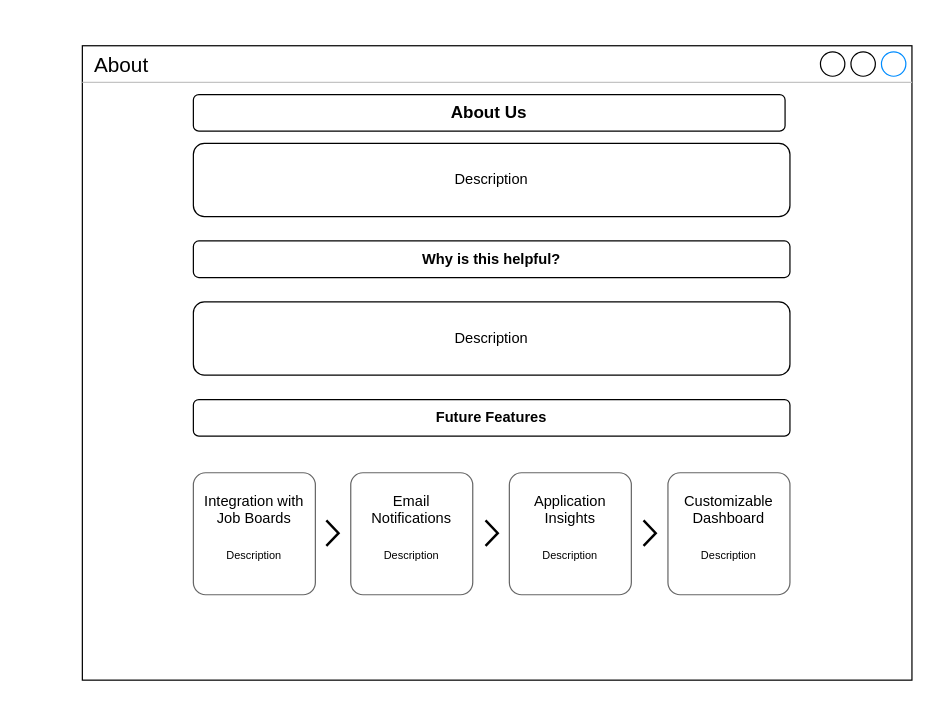
Above: page "About" (1 of 6) of Project_Homework/CFG JobFlow Diagram.drawio in irina-sheveliova/CFG-Job-tracker (draw.io), before the change. Source tidied: cells renumbered, new cells numbered last; positions are measured from the earlier drawing's top-left corner, leaving out a move shared by most shapes. Both pictures are drawn from the tidied source at 122%, with x=0, y=0 at pixel (82, 45).
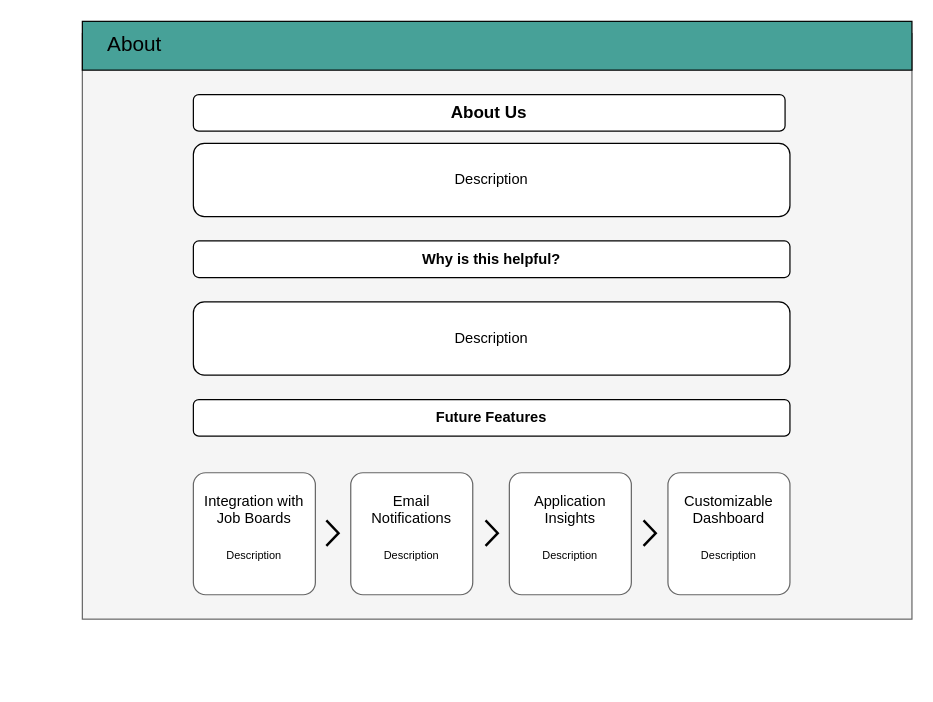
The same page after the edit.

The edit, as a diff of the source:
```diff
@@
 <mxGraphModel>
   <root>
     <mxCell id="0" />
     <mxCell id="1" parent="0" />
-    <mxCell id="2" value="About" style="strokeWidth=1;shadow=0;dashed=0;align=center;html=1;shape=mxgraph.mockup.containers.window;align=left;verticalAlign=top;spacingLeft=8;strokeColor2=#008cff;strokeColor3=#c4c4c4;mainText=;fontSize=17;labelBackgroundColor=none;whiteSpace=wrap;" parent="1" vertex="1">
-      <mxGeometry width="680" height="520" as="geometry" />
-    </mxCell>
+    <mxCell id="15" style="rounded=0;whiteSpace=wrap;html=1;fillColor=#f5f5f5;fontColor=#333333;strokeColor=#666666;" parent="1" vertex="1">
+      <mxGeometry y="-10" width="680" height="480" as="geometry" />
+    </mxCell>
     <mxCell id="3" value="&lt;b&gt;&lt;font style=&quot;font-size: 14px;&quot;&gt;About Us&lt;/font&gt;&lt;/b&gt;" style="rounded=1;whiteSpace=wrap;html=1;" parent="1" vertex="1">
       <mxGeometry x="91" y="40" width="485" height="30" as="geometry" />
     </mxCell>
     <mxCell id="4" value="&lt;b&gt;Why is this helpful?&lt;/b&gt;" style="rounded=1;whiteSpace=wrap;html=1;" parent="1" vertex="1">
       <mxGeometry x="91" y="160" width="489" height="30" as="geometry" />
     </mxCell>
     <mxCell id="5" value="&lt;b&gt;Future Features&lt;/b&gt;" style="rounded=1;whiteSpace=wrap;html=1;" parent="1" vertex="1">
       <mxGeometry x="91" y="290" width="489" height="30" as="geometry" />
     </mxCell>
     <mxCell id="6" value="Description" style="rounded=1;whiteSpace=wrap;html=1;" parent="1" vertex="1">
       <mxGeometry x="91" y="80" width="489" height="60" as="geometry" />
     </mxCell>
     <mxCell id="7" value="Description" style="rounded=1;whiteSpace=wrap;html=1;" parent="1" vertex="1">
       <mxGeometry x="91" y="210" width="489" height="60" as="geometry" />
     </mxCell>
     <mxCell id="8" value="Integration with Job Boards&lt;br&gt;&lt;br&gt;&lt;font style=&quot;font-size: 9px;&quot;&gt;Description&lt;/font&gt;" style="shape=mxgraph.mockup.containers.marginRect;rectMarginTop=10;strokeColor=#666666;strokeWidth=1;dashed=0;rounded=1;arcSize=5;html=1;whiteSpace=wrap;" parent="1" vertex="1">
       <mxGeometry x="91" y="340" width="100" height="110" as="geometry" />
     </mxCell>
     <mxCell id="9" value="Email Notifications&lt;br&gt;&lt;br&gt;&lt;font style=&quot;font-size: 9px;&quot;&gt;Description&lt;/font&gt;" style="shape=mxgraph.mockup.containers.marginRect;rectMarginTop=10;strokeColor=#666666;strokeWidth=1;dashed=0;rounded=1;arcSize=5;html=1;whiteSpace=wrap;" parent="1" vertex="1">
       <mxGeometry x="220" y="340" width="100" height="110" as="geometry" />
     </mxCell>
     <mxCell id="10" value="Application Insights&lt;br&gt;&lt;br&gt;&lt;font style=&quot;font-size: 9px;&quot;&gt;Description&lt;/font&gt;" style="shape=mxgraph.mockup.containers.marginRect;rectMarginTop=10;strokeColor=#666666;strokeWidth=1;dashed=0;rounded=1;arcSize=5;html=1;whiteSpace=wrap;" parent="1" vertex="1">
       <mxGeometry x="350" y="340" width="100" height="110" as="geometry" />
     </mxCell>
     <mxCell id="11" value="Customizable Dashboard&lt;br&gt;&lt;br&gt;&lt;font style=&quot;font-size: 9px;&quot;&gt;Description&lt;/font&gt;" style="shape=mxgraph.mockup.containers.marginRect;rectMarginTop=10;strokeColor=#666666;strokeWidth=1;dashed=0;rounded=1;arcSize=5;html=1;whiteSpace=wrap;" parent="1" vertex="1">
       <mxGeometry x="480" y="340" width="100" height="110" as="geometry" />
     </mxCell>
     <mxCell id="12" style="html=1;verticalLabelPosition=bottom;labelBackgroundColor=#ffffff;verticalAlign=top;shadow=0;dashed=0;strokeWidth=2;shape=mxgraph.ios7.misc.right;strokeColor=#000000;" parent="1" vertex="1">
       <mxGeometry x="200" y="389" width="10" height="21" as="geometry" />
     </mxCell>
     <mxCell id="13" style="html=1;verticalLabelPosition=bottom;labelBackgroundColor=#ffffff;verticalAlign=top;shadow=0;dashed=0;strokeWidth=2;shape=mxgraph.ios7.misc.right;strokeColor=#000000;" parent="1" vertex="1">
       <mxGeometry x="330.5" y="389" width="10" height="21" as="geometry" />
     </mxCell>
     <mxCell id="14" style="html=1;verticalLabelPosition=bottom;labelBackgroundColor=#ffffff;verticalAlign=top;shadow=0;dashed=0;strokeWidth=2;shape=mxgraph.ios7.misc.right;strokeColor=#000000;" parent="1" vertex="1">
       <mxGeometry x="460" y="389" width="10" height="21" as="geometry" />
     </mxCell>
+    <mxCell id="16" style="rounded=0;whiteSpace=wrap;html=1;fillColor=#47A198;" parent="1" vertex="1">
+      <mxGeometry y="-20" width="680" height="40" as="geometry" />
+    </mxCell>
+    <mxCell id="2" value="&lt;font style=&quot;font-size: 17px;&quot;&gt;About&lt;/font&gt;" style="text;html=1;strokeColor=none;fillColor=none;align=center;verticalAlign=middle;whiteSpace=wrap;rounded=0;" parent="1" vertex="1">
+      <mxGeometry x="-50" y="-15" width="186" height="30" as="geometry" />
+    </mxCell>
   </root>
 </mxGraphModel>
```
